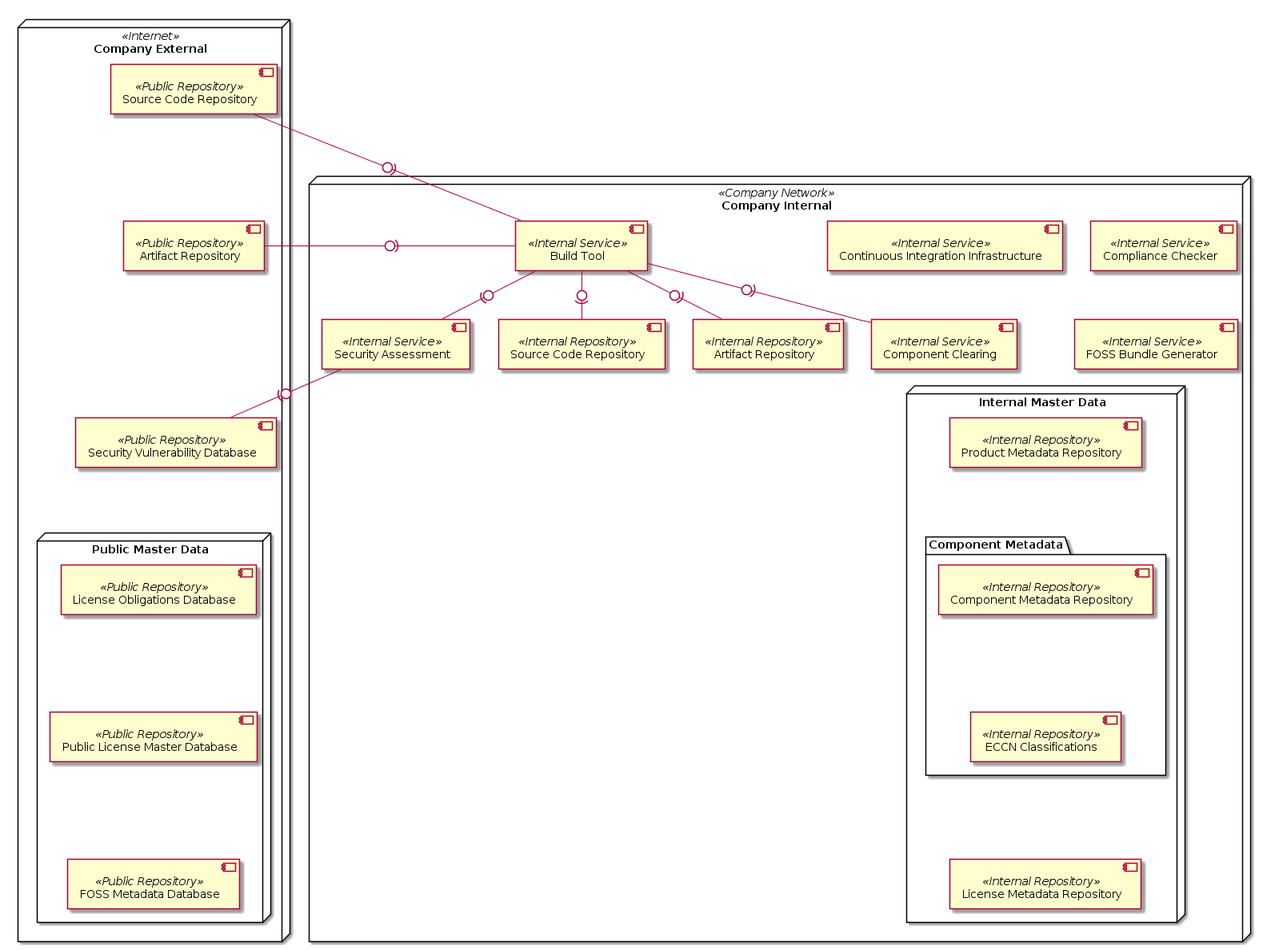
Above: Tooling-Landscape/Unanimous-Understanding/OSS_Tooling_Landscape_UML_Deploy.png in Open-Source-Compliance/Sharing-creates-value (PlantUML), before the change.
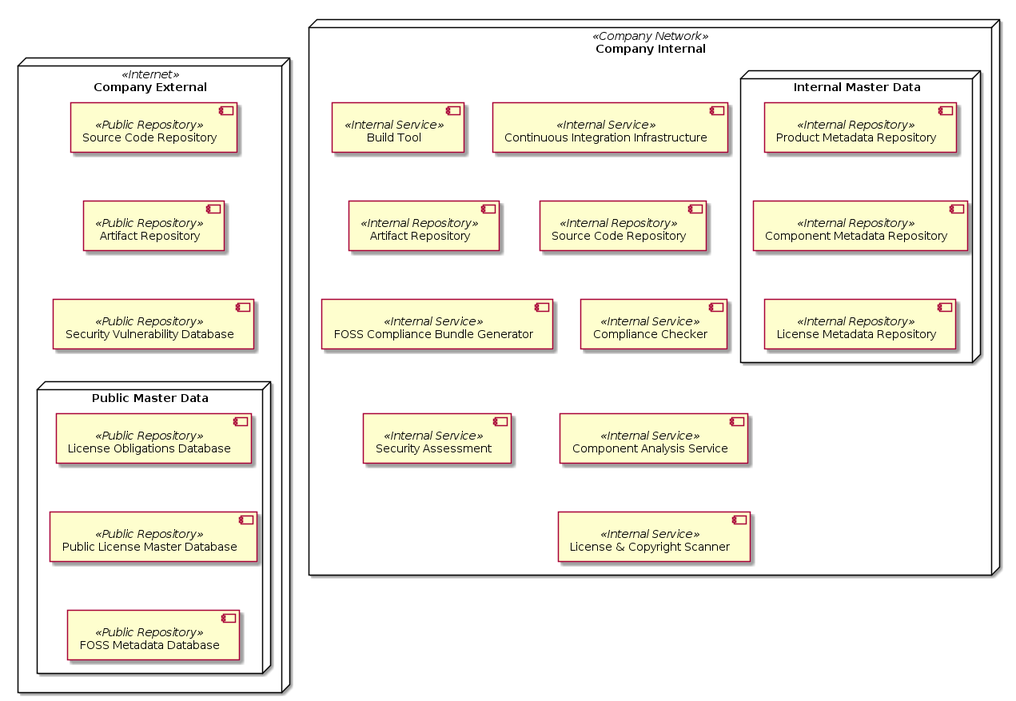
After the change.

What changed in the source:
```diff
@@ -30,15 +30,17 @@
 
     component [Build Tool] as buildsystem <<Internal Service>>
 
-    component [Compliance Checker] as compliancechecker <<Internal Service>>
-
-    component [FOSS Bundle Generator] as fossbundlegenerator <<Internal Service>>
-
     component [Source Code Repository] as internalsource <<Internal Repository>>
 
     component [Artifact Repository] as internalartifacts <<Internal Repository>>
 
-    component [Component Clearing] as componentclearing <<Internal Service>>
+    component [Compliance Checker] as compliancechecker <<Internal Service>>
+
+    component [FOSS Compliance Bundle Generator] as fossbundlegenerator <<Internal Service>>
+
+    component [Component Analysis Service] as componentanalysis <<Internal Service>>
+
+    component [License & Copyright Scanner] as licensescanner <<Internal Service>>
 
     component [Security Assessment] as securityassessment <<Internal Service>>
 
@@ -46,13 +48,7 @@
 
         component [Product Metadata Repository] as productinventory <<Internal Repository>>
 
-        package "Component Metadata" {
-
-            component [Component Metadata Repository] as componentinventory <<Internal Repository>>
-
-            component [ECCN Classifications] as ecc <<Internal Repository>>
-
-        }
+        component [Component Metadata Repository] as componentinventory <<Internal Repository>>
 
         component [License Metadata Repository] as licenses <<Internal Repository>>
 
@@ -61,25 +57,21 @@
 }
 
 
-publicsource -0)- buildsystem
-publicartifacts -0)- buildsystem
-internalsource -up0)- buildsystem
-componentclearing -up0)- buildsystem
-securityassessment -up0)- buildsystem
-internalartifacts -up0)- buildsystem
-publicvulnerabilities -up0)- securityassessment
+publicsource -[hidden]-> publicartifacts
+publicartifacts -[hidden]-> publicvulnerabilities
+publicvulnerabilities -[hidden]-> publicobligations
 
+publicobligations -[hidden]-> publiclicenses
+publiclicenses -[hidden]-> publicmetadata
 
-publicsource -[hidden]--> publicartifacts
-publicartifacts -[hidden]--> publicvulnerabilities
-publicvulnerabilities -[hidden]--> publicobligations
+cicd -[hidden]-> internalsource
+buildsystem -[hidden]-> internalartifacts
+internalsource -[hidden]-> compliancechecker
+internalartifacts -[hidden]-> fossbundlegenerator
+compliancechecker -[hidden]-> componentanalysis
+fossbundlegenerator -[hidden]-> securityassessment
+componentanalysis -[hidden]-> licensescanner
 
-publicobligations -[hidden]--> publiclicenses
-publiclicenses -[hidden]--> publicmetadata
-
-buildsystem -[hidden]--> productinventory
-
-productinventory -[hidden]--> componentinventory
-componentinventory -[hidden]--> ecc
-ecc -[hidden]--> licenses
+productinventory -[hidden]-> componentinventory
+componentinventory -[hidden]-> licenses
 @enduml
```
